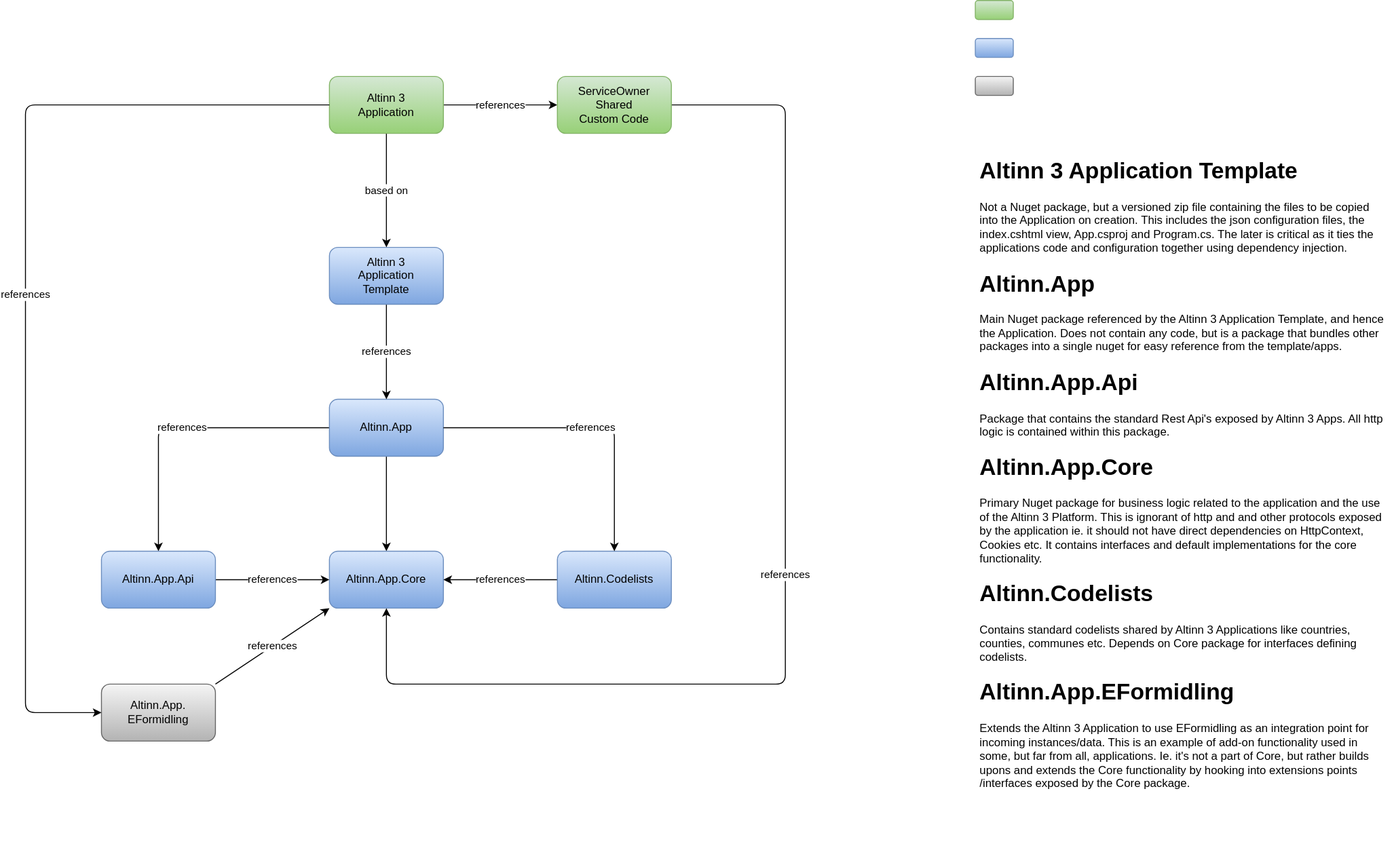
Altinn/app-lib-dotnet keeps this draw.io diagram as packages.drawio.svg. Above is the earlier version. Source tidied: cells renumbered, new cells last; positions are measured from the earlier drawing's top-left corner, leaving out a move shared by most shapes.
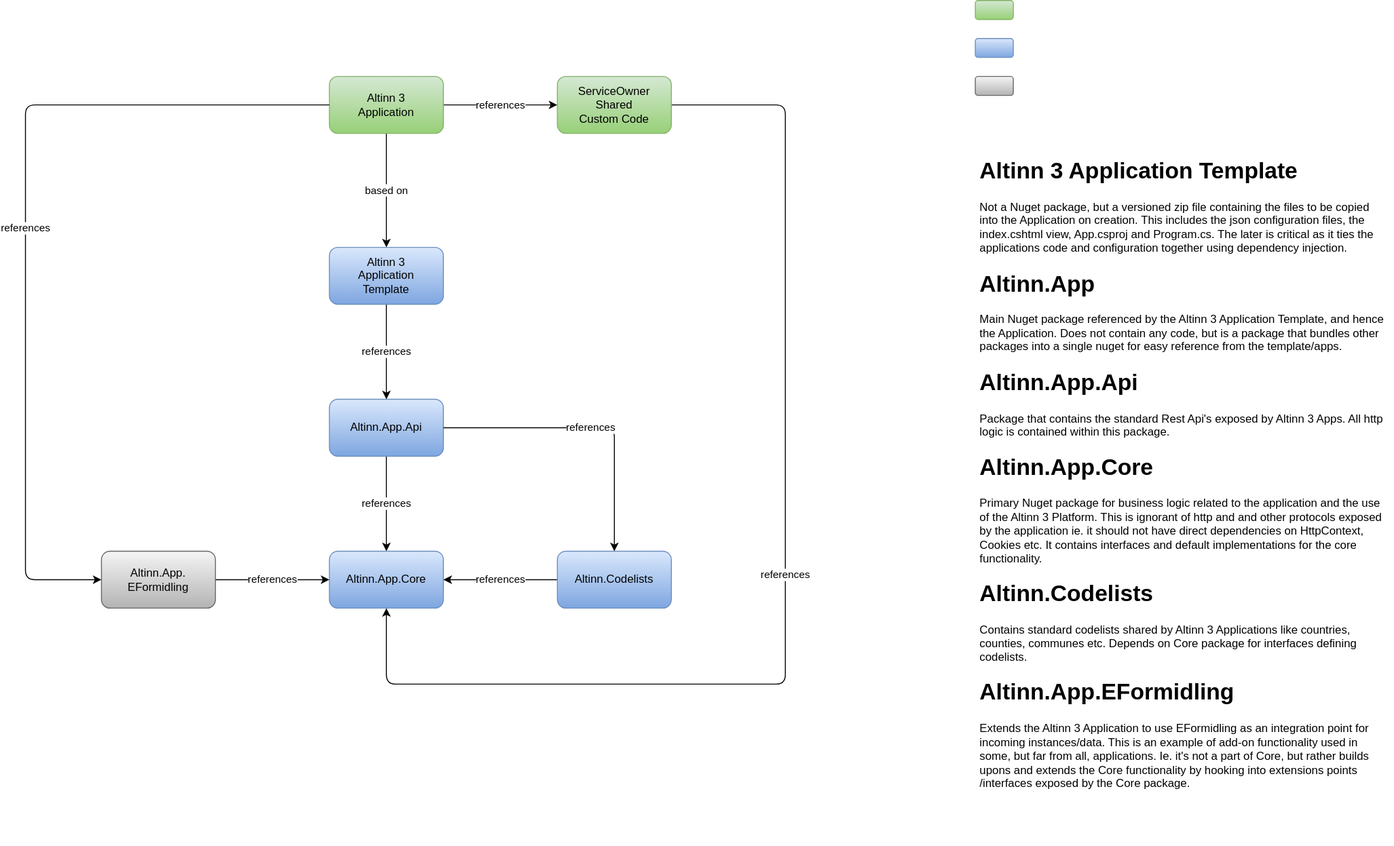
Above is the later version.

Commit message:
doc: update packages diagram to reflect current implementation

Change to the diagram source:
```diff
@@ -2,28 +2,15 @@
   <root>
     <mxCell id="0" />
     <mxCell id="1" parent="0" />
-    <mxCell id="2" style="edgeStyle=none;html=1;exitX=0.5;exitY=1;exitDx=0;exitDy=0;" parent="1" edge="1" source="4" target="5">
+    <mxCell id="2" value="references" style="edgeStyle=none;html=1;exitX=0.5;exitY=1;exitDx=0;exitDy=0;" parent="1" edge="1" source="4" target="5">
       <mxGeometry relative="1" as="geometry" />
     </mxCell>
-    <mxCell id="3" value="references" style="edgeStyle=none;html=1;exitX=0;exitY=0.5;exitDx=0;exitDy=0;entryX=0.5;entryY=0;entryDx=0;entryDy=0;" parent="1" edge="1" source="4" target="7">
-      <mxGeometry relative="1" as="geometry">
-        <Array as="points">
-          <mxPoint x="140" y="450" />
-        </Array>
-      </mxGeometry>
-    </mxCell>
-    <mxCell id="4" value="Altinn.App" style="rounded=1;whiteSpace=wrap;html=1;fillColor=#dae8fc;gradientColor=#7ea6e0;strokeColor=#6c8ebf;fontColor=#000000;" parent="1" vertex="1">
+    <mxCell id="4" value="Altinn.App.Api" style="rounded=1;whiteSpace=wrap;html=1;fillColor=#dae8fc;gradientColor=#7ea6e0;strokeColor=#6c8ebf;fontColor=#000000;" parent="1" vertex="1">
       <mxGeometry x="320" y="420" width="120" height="60" as="geometry" />
     </mxCell>
     <mxCell id="5" value="Altinn.App.Core" style="rounded=1;whiteSpace=wrap;html=1;fillColor=#dae8fc;gradientColor=#7ea6e0;strokeColor=#6c8ebf;fontColor=#000000;" parent="1" vertex="1">
       <mxGeometry x="320" y="580" width="120" height="60" as="geometry" />
     </mxCell>
-    <mxCell id="6" value="references" style="edgeStyle=none;html=1;exitX=1;exitY=0.5;exitDx=0;exitDy=0;" parent="1" edge="1" source="7" target="5">
-      <mxGeometry relative="1" as="geometry" />
-    </mxCell>
-    <mxCell id="7" value="Altinn.App.Api" style="rounded=1;whiteSpace=wrap;html=1;fillColor=#dae8fc;gradientColor=#7ea6e0;strokeColor=#6c8ebf;fontColor=#000000;" parent="1" vertex="1">
-      <mxGeometry x="80" y="580" width="120" height="60" as="geometry" />
-    </mxCell>
     <mxCell id="8" value="references" style="edgeStyle=none;html=1;exitX=0;exitY=0.5;exitDx=0;exitDy=0;" parent="1" edge="1" source="9" target="5">
       <mxGeometry relative="1" as="geometry" />
     </mxCell>
@@ -67,17 +54,17 @@
     <mxCell id="18" value="ServiceOwner&lt;br&gt;Shared &lt;br&gt;Custom Code" style="rounded=1;whiteSpace=wrap;html=1;fillColor=#d5e8d4;strokeColor=#82b366;gradientColor=#97d077;fontColor=#000000;" parent="1" vertex="1">
       <mxGeometry x="560" y="80" width="120" height="60" as="geometry" />
     </mxCell>
-    <mxCell id="19" value="references" style="edgeStyle=none;html=1;exitX=1;exitY=0;exitDx=0;exitDy=0;entryX=0;entryY=1;entryDx=0;entryDy=0;" parent="1" edge="1" source="20" target="5">
+    <mxCell id="19" value="references" style="edgeStyle=none;html=1;entryX=0;entryY=0.5;entryDx=0;entryDy=0;" parent="1" edge="1" source="20" target="5">
       <mxGeometry relative="1" as="geometry" />
     </mxCell>
     <mxCell id="20" value="Altinn.App.&lt;br&gt;EFormidling" style="rounded=1;whiteSpace=wrap;html=1;fillColor=#f5f5f5;gradientColor=#b3b3b3;strokeColor=#666666;fontColor=#000000;" parent="1" vertex="1">
-      <mxGeometry x="80" y="720" width="120" height="60" as="geometry" />
+      <mxGeometry x="80" y="580" width="120" height="60" as="geometry" />
     </mxCell>
     <mxCell id="21" value="references" style="edgeStyle=none;html=1;exitX=0;exitY=0.5;exitDx=0;exitDy=0;entryX=0;entryY=0.5;entryDx=0;entryDy=0;" parent="1" edge="1" source="16" target="20">
       <mxGeometry relative="1" as="geometry">
         <Array as="points">
           <mxPoint y="110" />
-          <mxPoint y="750" />
+          <mxPoint y="610" />
         </Array>
       </mxGeometry>
     </mxCell>
```
